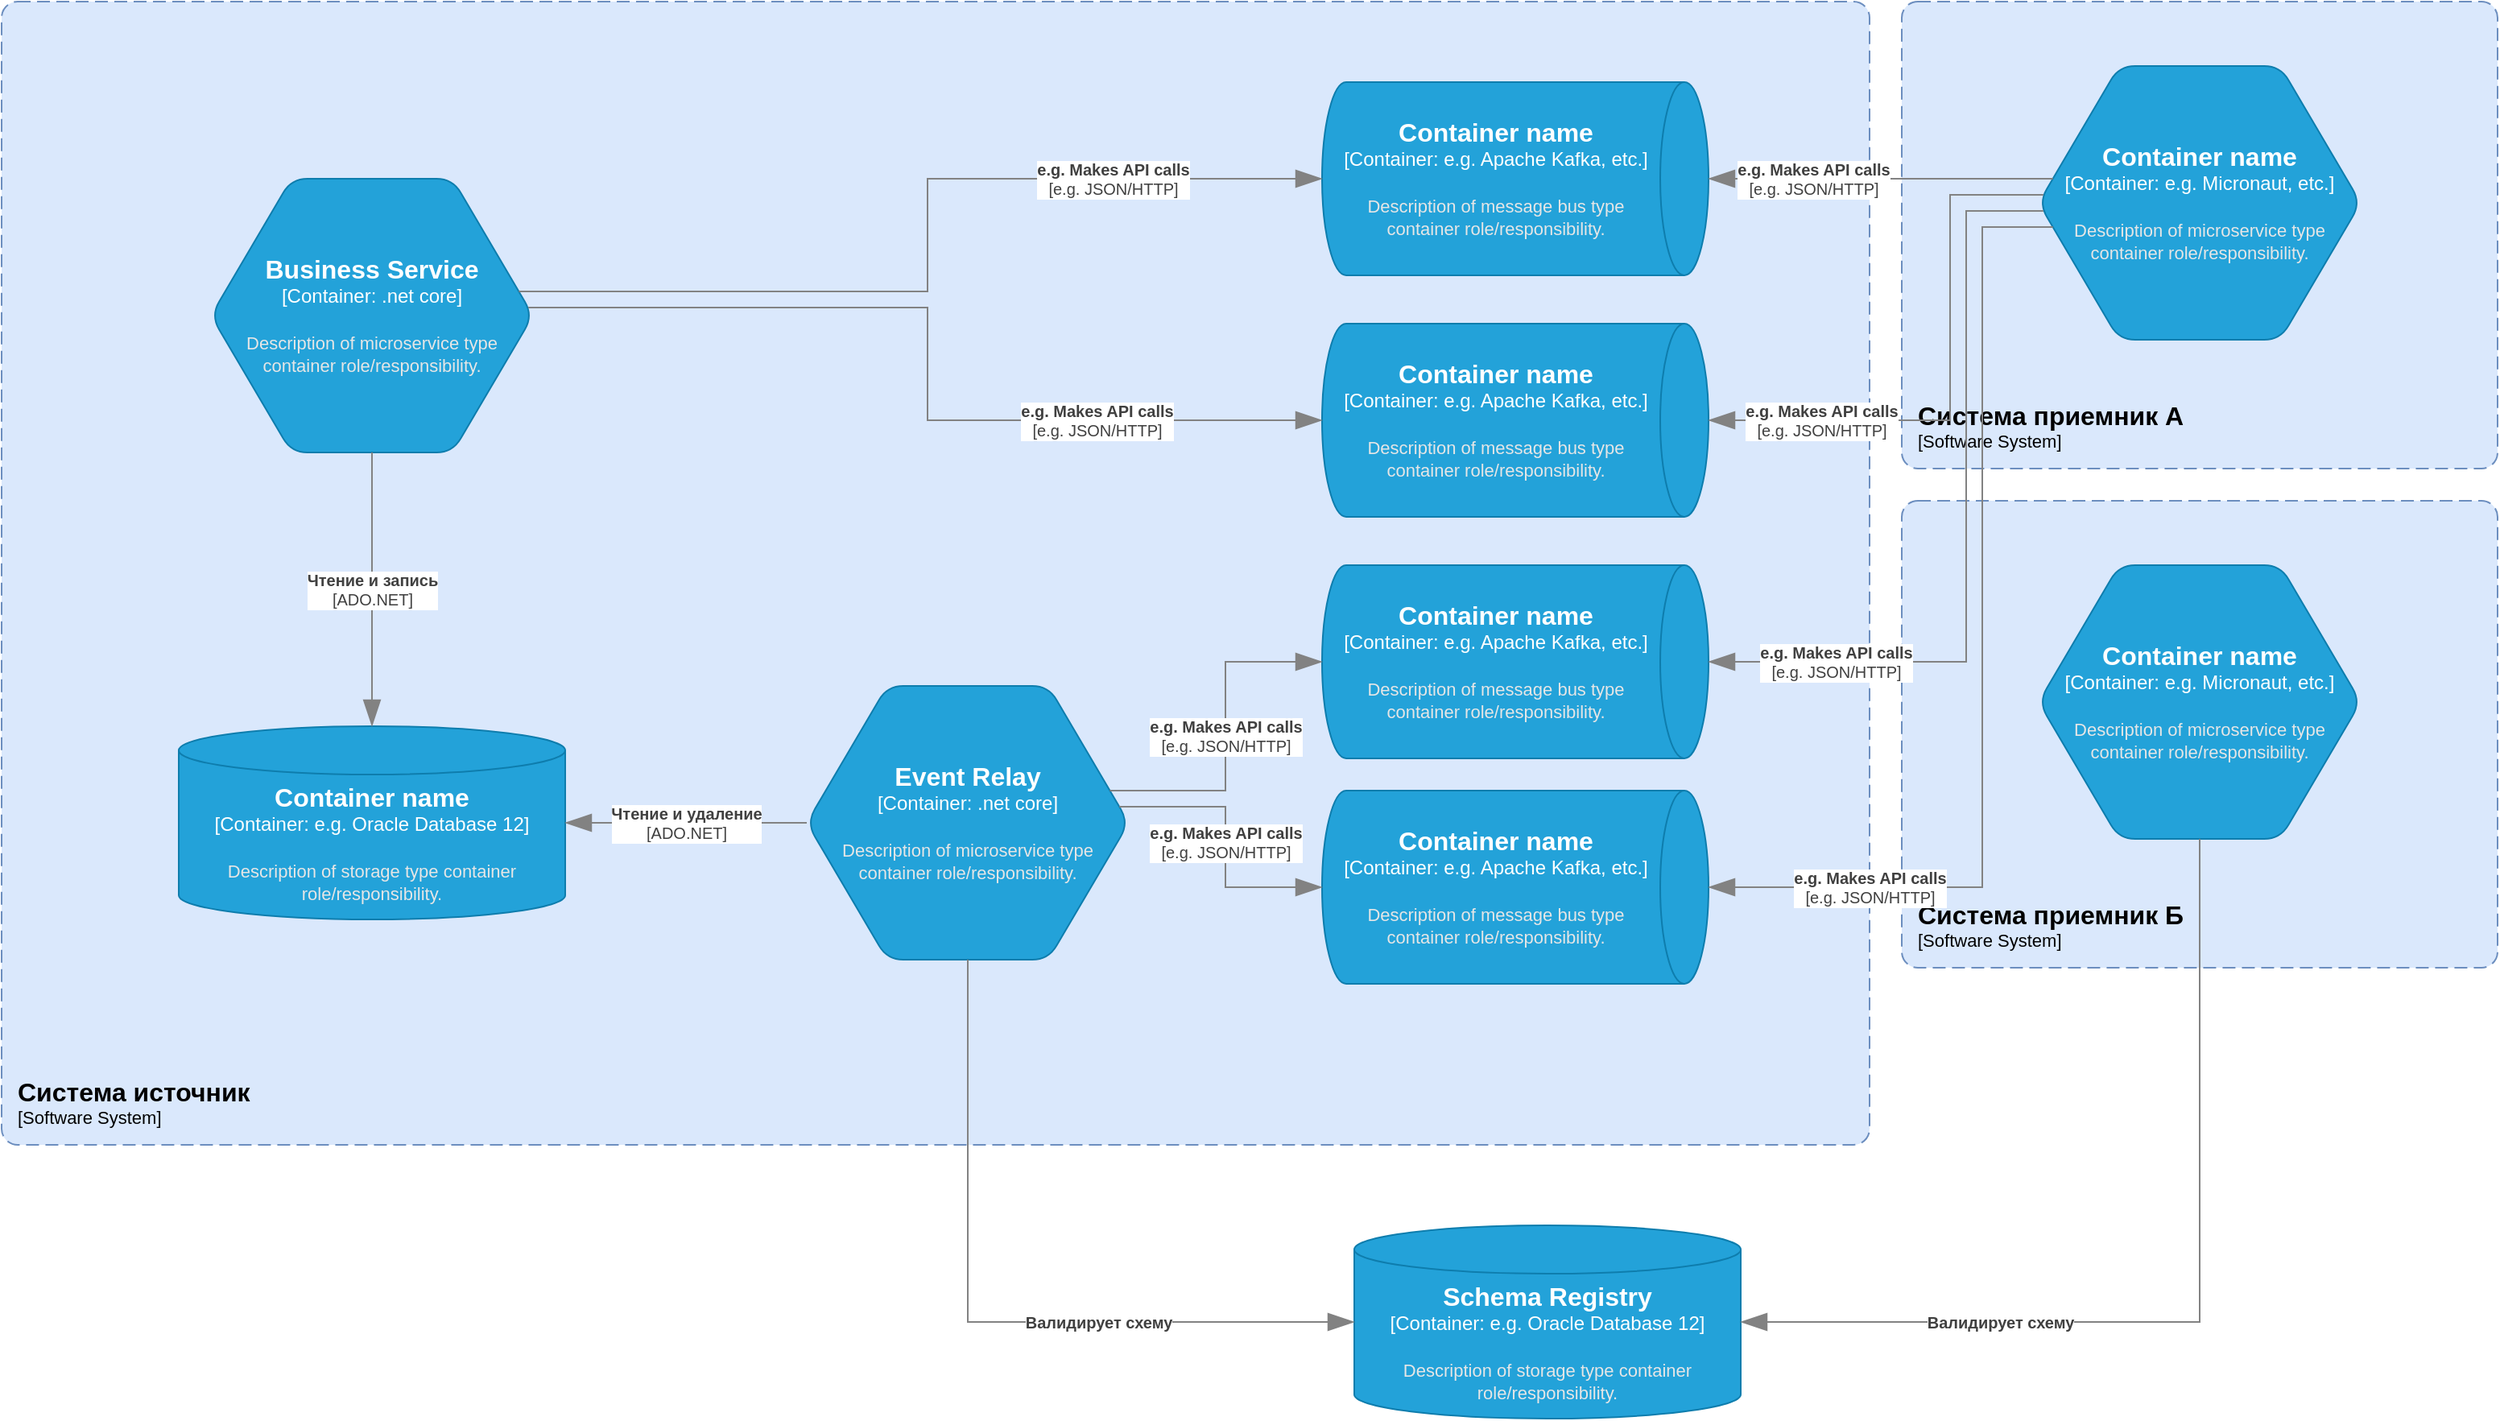
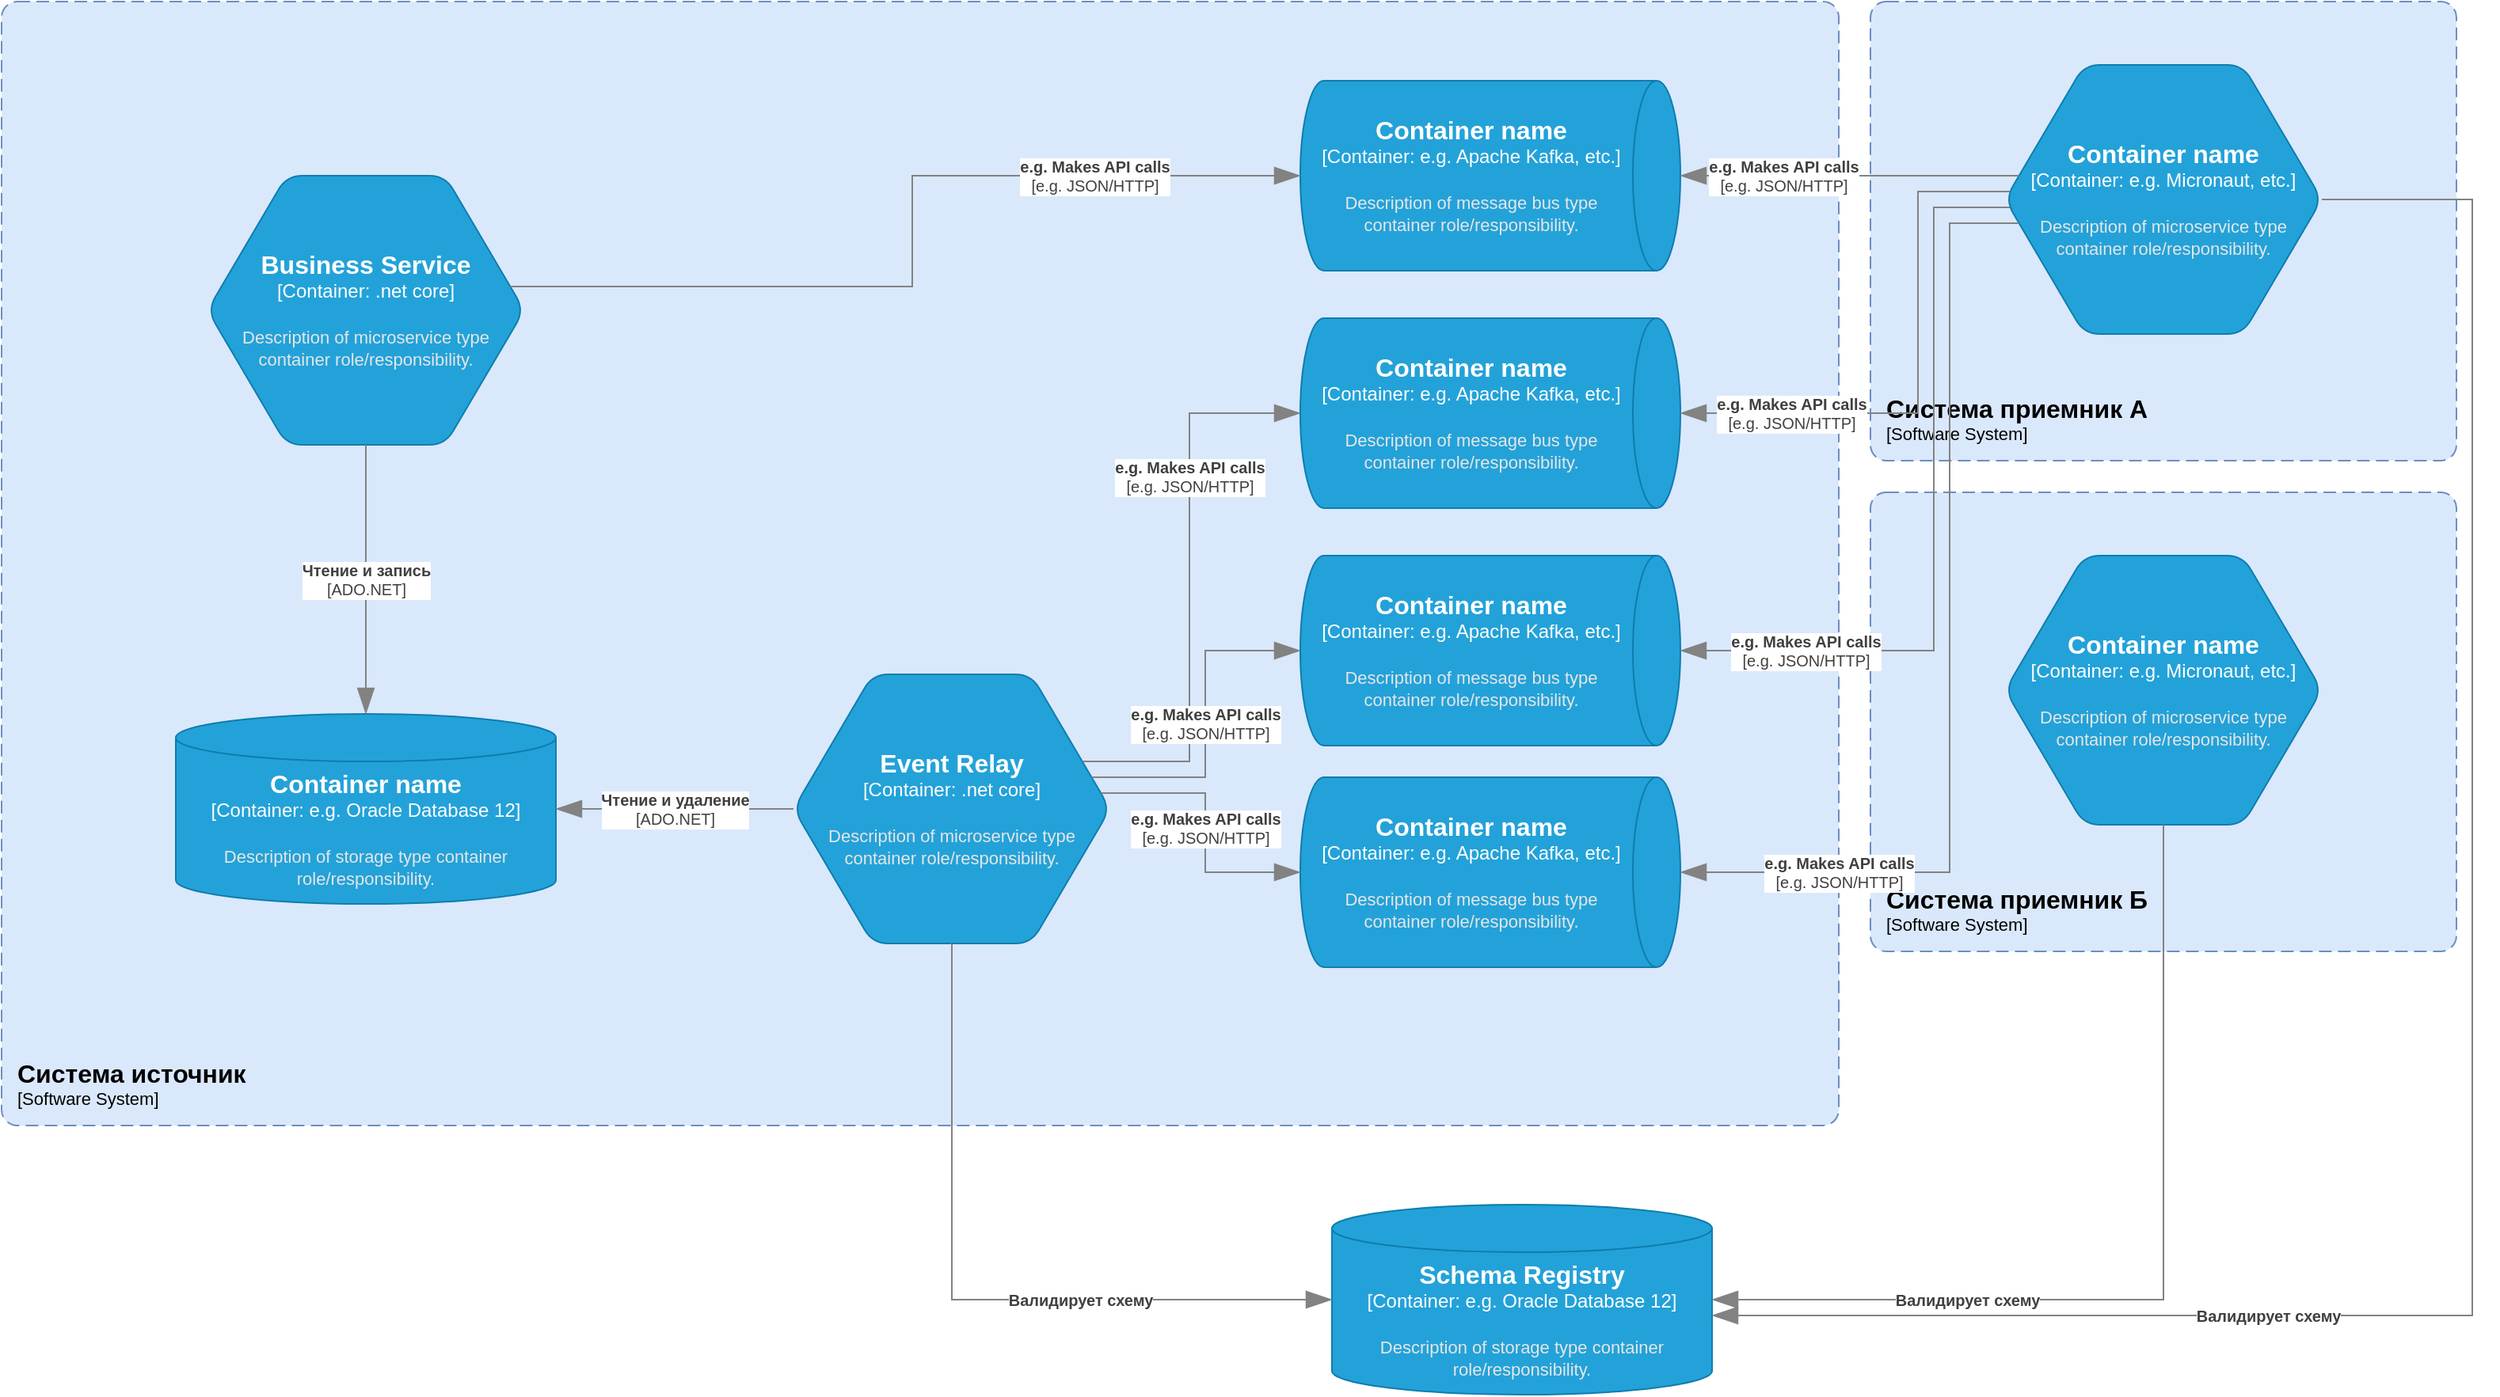
- <mxfile host="app.diagrams.net">
+ <mxfile host="drawio-plugin" modified="2026-06-17T07:52:57.661Z" agent="Mozilla/5.0 (Windows NT 10.0; Win64; x64) AppleWebKit/537.36 (KHTML, like Gecko) Chrome/137.0.0.0 Safari/537.36" version="22.1.22" etag="LOKLvIzTZq5ouqWzAuc7" type="embed">
  <diagram name="Страница-1" id="lXtXtqfXNMQhmI7gO4W3">
-     <mxGraphModel dx="3535" dy="2063" grid="1" gridSize="10" guides="1" tooltips="1" connect="1" arrows="1" fold="1" page="1" pageScale="1" pageWidth="827" pageHeight="1169" math="0" shadow="0">
+     <mxGraphModel dx="1491" dy="1295" grid="1" gridSize="10" guides="1" tooltips="1" connect="1" arrows="1" fold="1" page="1" pageScale="1" pageWidth="827" pageHeight="1169" math="0" shadow="0">
      <root>
        <mxCell id="0" />
        <mxCell id="1" parent="0" />
        <object placeholders="1" c4Name="Система источник" c4Type="SystemScopeBoundary" c4Application="Software System" label="&lt;font style=&quot;font-size: 16px&quot;&gt;&lt;b&gt;&lt;div style=&quot;text-align: left&quot;&gt;%c4Name%&lt;/div&gt;&lt;/b&gt;&lt;/font&gt;&lt;div style=&quot;text-align: left&quot;&gt;[%c4Application%]&lt;/div&gt;" id="YUBG_ScQKk8kKRWVHSfA-1">
-           <mxCell parent="1" style="rounded=1;fontSize=11;whiteSpace=wrap;html=1;dashed=1;arcSize=20;fillColor=#dae8fc;strokeColor=#6c8ebf;labelBackgroundColor=none;align=left;verticalAlign=bottom;labelBorderColor=none;spacingTop=0;spacing=10;dashPattern=8 4;metaEdit=1;rotatable=0;perimeter=rectanglePerimeter;noLabel=0;labelPadding=0;allowArrows=0;connectable=0;expand=0;recursiveResize=0;editable=1;pointerEvents=0;absoluteArcSize=1;points=[[0.25,0,0],[0.5,0,0],[0.75,0,0],[1,0.25,0],[1,0.5,0],[1,0.75,0],[0.75,1,0],[0.5,1,0],[0.25,1,0],[0,0.75,0],[0,0.5,0],[0,0.25,0]];" vertex="1">
-             <mxGeometry height="710" width="1160" x="60" y="50" as="geometry" />
+           <mxCell style="rounded=1;fontSize=11;whiteSpace=wrap;html=1;dashed=1;arcSize=20;fillColor=#dae8fc;strokeColor=#6c8ebf;labelBackgroundColor=none;align=left;verticalAlign=bottom;labelBorderColor=none;spacingTop=0;spacing=10;dashPattern=8 4;metaEdit=1;rotatable=0;perimeter=rectanglePerimeter;noLabel=0;labelPadding=0;allowArrows=0;connectable=0;expand=0;recursiveResize=0;editable=1;pointerEvents=0;absoluteArcSize=1;points=[[0.25,0,0],[0.5,0,0],[0.75,0,0],[1,0.25,0],[1,0.5,0],[1,0.75,0],[0.75,1,0],[0.5,1,0],[0.25,1,0],[0,0.75,0],[0,0.5,0],[0,0.25,0]];" parent="1" vertex="1">
+             <mxGeometry x="60" y="50" width="1160" height="710" as="geometry" />
          </mxCell>
        </object>
        <object placeholders="1" c4Name="Система приемник А" c4Type="SystemScopeBoundary" c4Application="Software System" label="&lt;font style=&quot;font-size: 16px&quot;&gt;&lt;b&gt;&lt;div style=&quot;text-align: left&quot;&gt;%c4Name%&lt;/div&gt;&lt;/b&gt;&lt;/font&gt;&lt;div style=&quot;text-align: left&quot;&gt;[%c4Application%]&lt;/div&gt;" id="YUBG_ScQKk8kKRWVHSfA-2">
-           <mxCell parent="1" style="rounded=1;fontSize=11;whiteSpace=wrap;html=1;dashed=1;arcSize=20;fillColor=#dae8fc;strokeColor=#6c8ebf;labelBackgroundColor=none;align=left;verticalAlign=bottom;labelBorderColor=none;spacingTop=0;spacing=10;dashPattern=8 4;metaEdit=1;rotatable=0;perimeter=rectanglePerimeter;noLabel=0;labelPadding=0;allowArrows=0;connectable=0;expand=0;recursiveResize=0;editable=1;pointerEvents=0;absoluteArcSize=1;points=[[0.25,0,0],[0.5,0,0],[0.75,0,0],[1,0.25,0],[1,0.5,0],[1,0.75,0],[0.75,1,0],[0.5,1,0],[0.25,1,0],[0,0.75,0],[0,0.5,0],[0,0.25,0]];" vertex="1">
-             <mxGeometry height="290" width="370" x="1240" y="50" as="geometry" />
+           <mxCell style="rounded=1;fontSize=11;whiteSpace=wrap;html=1;dashed=1;arcSize=20;fillColor=#dae8fc;strokeColor=#6c8ebf;labelBackgroundColor=none;align=left;verticalAlign=bottom;labelBorderColor=none;spacingTop=0;spacing=10;dashPattern=8 4;metaEdit=1;rotatable=0;perimeter=rectanglePerimeter;noLabel=0;labelPadding=0;allowArrows=0;connectable=0;expand=0;recursiveResize=0;editable=1;pointerEvents=0;absoluteArcSize=1;points=[[0.25,0,0],[0.5,0,0],[0.75,0,0],[1,0.25,0],[1,0.5,0],[1,0.75,0],[0.75,1,0],[0.5,1,0],[0.25,1,0],[0,0.75,0],[0,0.5,0],[0,0.25,0]];" parent="1" vertex="1">
+             <mxGeometry x="1240" y="50" width="370" height="290" as="geometry" />
          </mxCell>
        </object>
        <object placeholders="1" c4Name="Business Service" c4Type="Container" c4Technology=".net core" c4Description="Description of microservice type container role/responsibility." label="&lt;font style=&quot;font-size: 16px&quot;&gt;&lt;b&gt;%c4Name%&lt;/b&gt;&lt;/font&gt;&lt;div&gt;[%c4Type%:&amp;nbsp;%c4Technology%]&lt;/div&gt;&lt;br&gt;&lt;div&gt;&lt;font style=&quot;font-size: 11px&quot;&gt;&lt;font color=&quot;#E6E6E6&quot;&gt;%c4Description%&lt;/font&gt;&lt;/div&gt;" id="YUBG_ScQKk8kKRWVHSfA-3">
-           <mxCell parent="1" style="shape=hexagon;size=50;perimeter=hexagonPerimeter2;whiteSpace=wrap;html=1;fixedSize=1;rounded=1;labelBackgroundColor=none;fillColor=#23A2D9;fontSize=12;fontColor=#ffffff;align=center;strokeColor=#0E7DAD;metaEdit=1;points=[[0.5,0,0],[1,0.25,0],[1,0.5,0],[1,0.75,0],[0.5,1,0],[0,0.75,0],[0,0.5,0],[0,0.25,0]];resizable=0;" vertex="1">
-             <mxGeometry height="170" width="200" x="190" y="160" as="geometry" />
+           <mxCell style="shape=hexagon;size=50;perimeter=hexagonPerimeter2;whiteSpace=wrap;html=1;fixedSize=1;rounded=1;labelBackgroundColor=none;fillColor=#23A2D9;fontSize=12;fontColor=#ffffff;align=center;strokeColor=#0E7DAD;metaEdit=1;points=[[0.5,0,0],[1,0.25,0],[1,0.5,0],[1,0.75,0],[0.5,1,0],[0,0.75,0],[0,0.5,0],[0,0.25,0]];resizable=0;" parent="1" vertex="1">
+             <mxGeometry x="190" y="160" width="200" height="170" as="geometry" />
          </mxCell>
        </object>
        <object placeholders="1" c4Name="Container name" c4Type="Container" c4Technology="e.g. Oracle Database 12" c4Description="Description of storage type container role/responsibility." label="&lt;font style=&quot;font-size: 16px&quot;&gt;&lt;b&gt;%c4Name%&lt;/b&gt;&lt;/font&gt;&lt;div&gt;[%c4Type%:&amp;nbsp;%c4Technology%]&lt;/div&gt;&lt;br&gt;&lt;div&gt;&lt;font style=&quot;font-size: 11px&quot;&gt;&lt;font color=&quot;#E6E6E6&quot;&gt;%c4Description%&lt;/font&gt;&lt;/div&gt;" id="YUBG_ScQKk8kKRWVHSfA-4">
-           <mxCell parent="1" style="shape=cylinder3;size=15;whiteSpace=wrap;html=1;boundedLbl=1;rounded=0;labelBackgroundColor=none;fillColor=#23A2D9;fontSize=12;fontColor=#ffffff;align=center;strokeColor=#0E7DAD;metaEdit=1;points=[[0.5,0,0],[1,0.25,0],[1,0.5,0],[1,0.75,0],[0.5,1,0],[0,0.75,0],[0,0.5,0],[0,0.25,0]];resizable=0;" vertex="1">
-             <mxGeometry height="120" width="240" x="170" y="500" as="geometry" />
+           <mxCell style="shape=cylinder3;size=15;whiteSpace=wrap;html=1;boundedLbl=1;rounded=0;labelBackgroundColor=none;fillColor=#23A2D9;fontSize=12;fontColor=#ffffff;align=center;strokeColor=#0E7DAD;metaEdit=1;points=[[0.5,0,0],[1,0.25,0],[1,0.5,0],[1,0.75,0],[0.5,1,0],[0,0.75,0],[0,0.5,0],[0,0.25,0]];resizable=0;" parent="1" vertex="1">
+             <mxGeometry x="170" y="500" width="240" height="120" as="geometry" />
          </mxCell>
        </object>
        <object placeholders="1" c4Type="Relationship" c4Technology="ADO.NET" c4Description="Чтение и запись" label="&lt;div style=&quot;text-align: left&quot;&gt;&lt;div style=&quot;text-align: center&quot;&gt;&lt;b&gt;%c4Description%&lt;/b&gt;&lt;/div&gt;&lt;div style=&quot;text-align: center&quot;&gt;[%c4Technology%]&lt;/div&gt;&lt;/div&gt;" id="YUBG_ScQKk8kKRWVHSfA-5">
-           <mxCell edge="1" parent="1" source="YUBG_ScQKk8kKRWVHSfA-3" style="endArrow=blockThin;html=1;fontSize=10;fontColor=#404040;strokeWidth=1;endFill=1;strokeColor=#828282;elbow=vertical;metaEdit=1;endSize=14;startSize=14;jumpStyle=arc;jumpSize=16;rounded=0;edgeStyle=orthogonalEdgeStyle;" target="YUBG_ScQKk8kKRWVHSfA-4">
-             <mxGeometry relative="1" width="240" as="geometry">
+           <mxCell style="endArrow=blockThin;html=1;fontSize=10;fontColor=#404040;strokeWidth=1;endFill=1;strokeColor=#828282;elbow=vertical;metaEdit=1;endSize=14;startSize=14;jumpStyle=arc;jumpSize=16;rounded=0;edgeStyle=orthogonalEdgeStyle;" parent="1" source="YUBG_ScQKk8kKRWVHSfA-3" target="YUBG_ScQKk8kKRWVHSfA-4" edge="1">
+             <mxGeometry width="240" relative="1" as="geometry">
              <mxPoint x="700" y="370" as="sourcePoint" />
              <mxPoint x="940" y="370" as="targetPoint" />
            </mxGeometry>
          </mxCell>
        </object>
        <object placeholders="1" c4Name="Event Relay" c4Type="Container" c4Technology=".net core" c4Description="Description of microservice type container role/responsibility." label="&lt;font style=&quot;font-size: 16px&quot;&gt;&lt;b&gt;%c4Name%&lt;/b&gt;&lt;/font&gt;&lt;div&gt;[%c4Type%:&amp;nbsp;%c4Technology%]&lt;/div&gt;&lt;br&gt;&lt;div&gt;&lt;font style=&quot;font-size: 11px&quot;&gt;&lt;font color=&quot;#E6E6E6&quot;&gt;%c4Description%&lt;/font&gt;&lt;/div&gt;" id="YUBG_ScQKk8kKRWVHSfA-6">
-           <mxCell parent="1" style="shape=hexagon;size=50;perimeter=hexagonPerimeter2;whiteSpace=wrap;html=1;fixedSize=1;rounded=1;labelBackgroundColor=none;fillColor=#23A2D9;fontSize=12;fontColor=#ffffff;align=center;strokeColor=#0E7DAD;metaEdit=1;points=[[0.5,0,0],[1,0.25,0],[1,0.5,0],[1,0.75,0],[0.5,1,0],[0,0.75,0],[0,0.5,0],[0,0.25,0]];resizable=0;" vertex="1">
-             <mxGeometry height="170" width="200" x="560" y="475" as="geometry" />
+           <mxCell style="shape=hexagon;size=50;perimeter=hexagonPerimeter2;whiteSpace=wrap;html=1;fixedSize=1;rounded=1;labelBackgroundColor=none;fillColor=#23A2D9;fontSize=12;fontColor=#ffffff;align=center;strokeColor=#0E7DAD;metaEdit=1;points=[[0.5,0,0],[1,0.25,0],[1,0.5,0],[1,0.75,0],[0.5,1,0],[0,0.75,0],[0,0.5,0],[0,0.25,0]];resizable=0;" parent="1" vertex="1">
+             <mxGeometry x="560" y="475" width="200" height="170" as="geometry" />
          </mxCell>
        </object>
        <object placeholders="1" c4Type="Relationship" c4Technology="ADO.NET" c4Description="Чтение и удаление" label="&lt;div style=&quot;text-align: left&quot;&gt;&lt;div style=&quot;text-align: center&quot;&gt;&lt;b&gt;%c4Description%&lt;/b&gt;&lt;/div&gt;&lt;div style=&quot;text-align: center&quot;&gt;[%c4Technology%]&lt;/div&gt;&lt;/div&gt;" id="YUBG_ScQKk8kKRWVHSfA-7">
-           <mxCell edge="1" parent="1" source="YUBG_ScQKk8kKRWVHSfA-6" style="endArrow=blockThin;html=1;fontSize=10;fontColor=#404040;strokeWidth=1;endFill=1;strokeColor=#828282;elbow=vertical;metaEdit=1;endSize=14;startSize=14;jumpStyle=arc;jumpSize=16;rounded=0;edgeStyle=orthogonalEdgeStyle;" target="YUBG_ScQKk8kKRWVHSfA-4">
-             <mxGeometry relative="1" width="240" as="geometry">
+           <mxCell style="endArrow=blockThin;html=1;fontSize=10;fontColor=#404040;strokeWidth=1;endFill=1;strokeColor=#828282;elbow=vertical;metaEdit=1;endSize=14;startSize=14;jumpStyle=arc;jumpSize=16;rounded=0;edgeStyle=orthogonalEdgeStyle;" parent="1" source="YUBG_ScQKk8kKRWVHSfA-6" target="YUBG_ScQKk8kKRWVHSfA-4" edge="1">
+             <mxGeometry width="240" relative="1" as="geometry">
              <Array as="points">
                <mxPoint x="580" y="580" />
              </Array>
              <mxPoint x="550" y="540" as="sourcePoint" />
              <mxPoint x="550" y="710" as="targetPoint" />
            </mxGeometry>
          </mxCell>
        </object>
        <object placeholders="1" c4Name="Container name" c4Type="Container" c4Technology="e.g. Micronaut, etc." c4Description="Description of microservice type container role/responsibility." label="&lt;font style=&quot;font-size: 16px&quot;&gt;&lt;b&gt;%c4Name%&lt;/b&gt;&lt;/font&gt;&lt;div&gt;[%c4Type%:&amp;nbsp;%c4Technology%]&lt;/div&gt;&lt;br&gt;&lt;div&gt;&lt;font style=&quot;font-size: 11px&quot;&gt;&lt;font color=&quot;#E6E6E6&quot;&gt;%c4Description%&lt;/font&gt;&lt;/div&gt;" id="YUBG_ScQKk8kKRWVHSfA-8">
-           <mxCell parent="1" style="shape=hexagon;size=50;perimeter=hexagonPerimeter2;whiteSpace=wrap;html=1;fixedSize=1;rounded=1;labelBackgroundColor=none;fillColor=#23A2D9;fontSize=12;fontColor=#ffffff;align=center;strokeColor=#0E7DAD;metaEdit=1;points=[[0.5,0,0],[1,0.25,0],[1,0.5,0],[1,0.75,0],[0.5,1,0],[0,0.75,0],[0,0.5,0],[0,0.25,0]];resizable=0;" vertex="1">
-             <mxGeometry height="170" width="200" x="1325" y="90" as="geometry" />
+           <mxCell style="shape=hexagon;size=50;perimeter=hexagonPerimeter2;whiteSpace=wrap;html=1;fixedSize=1;rounded=1;labelBackgroundColor=none;fillColor=#23A2D9;fontSize=12;fontColor=#ffffff;align=center;strokeColor=#0E7DAD;metaEdit=1;points=[[0.5,0,0],[1,0.25,0],[1,0.5,0],[1,0.75,0],[0.5,1,0],[0,0.75,0],[0,0.5,0],[0,0.25,0]];resizable=0;" parent="1" vertex="1">
+             <mxGeometry x="1325" y="90" width="200" height="170" as="geometry" />
          </mxCell>
        </object>
        <object placeholders="1" c4Name="Система приемник Б" c4Type="SystemScopeBoundary" c4Application="Software System" label="&lt;font style=&quot;font-size: 16px&quot;&gt;&lt;b&gt;&lt;div style=&quot;text-align: left&quot;&gt;%c4Name%&lt;/div&gt;&lt;/b&gt;&lt;/font&gt;&lt;div style=&quot;text-align: left&quot;&gt;[%c4Application%]&lt;/div&gt;" id="YUBG_ScQKk8kKRWVHSfA-9">
-           <mxCell parent="1" style="rounded=1;fontSize=11;whiteSpace=wrap;html=1;dashed=1;arcSize=20;fillColor=#dae8fc;strokeColor=#6c8ebf;labelBackgroundColor=none;align=left;verticalAlign=bottom;labelBorderColor=none;spacingTop=0;spacing=10;dashPattern=8 4;metaEdit=1;rotatable=0;perimeter=rectanglePerimeter;noLabel=0;labelPadding=0;allowArrows=0;connectable=0;expand=0;recursiveResize=0;editable=1;pointerEvents=0;absoluteArcSize=1;points=[[0.25,0,0],[0.5,0,0],[0.75,0,0],[1,0.25,0],[1,0.5,0],[1,0.75,0],[0.75,1,0],[0.5,1,0],[0.25,1,0],[0,0.75,0],[0,0.5,0],[0,0.25,0]];" vertex="1">
-             <mxGeometry height="290" width="370" x="1240" y="360" as="geometry" />
+           <mxCell style="rounded=1;fontSize=11;whiteSpace=wrap;html=1;dashed=1;arcSize=20;fillColor=#dae8fc;strokeColor=#6c8ebf;labelBackgroundColor=none;align=left;verticalAlign=bottom;labelBorderColor=none;spacingTop=0;spacing=10;dashPattern=8 4;metaEdit=1;rotatable=0;perimeter=rectanglePerimeter;noLabel=0;labelPadding=0;allowArrows=0;connectable=0;expand=0;recursiveResize=0;editable=1;pointerEvents=0;absoluteArcSize=1;points=[[0.25,0,0],[0.5,0,0],[0.75,0,0],[1,0.25,0],[1,0.5,0],[1,0.75,0],[0.75,1,0],[0.5,1,0],[0.25,1,0],[0,0.75,0],[0,0.5,0],[0,0.25,0]];" parent="1" vertex="1">
+             <mxGeometry x="1240" y="360" width="370" height="290" as="geometry" />
          </mxCell>
        </object>
        <object placeholders="1" c4Name="Container name" c4Type="Container" c4Technology="e.g. Micronaut, etc." c4Description="Description of microservice type container role/responsibility." label="&lt;font style=&quot;font-size: 16px&quot;&gt;&lt;b&gt;%c4Name%&lt;/b&gt;&lt;/font&gt;&lt;div&gt;[%c4Type%:&amp;nbsp;%c4Technology%]&lt;/div&gt;&lt;br&gt;&lt;div&gt;&lt;font style=&quot;font-size: 11px&quot;&gt;&lt;font color=&quot;#E6E6E6&quot;&gt;%c4Description%&lt;/font&gt;&lt;/div&gt;" id="YUBG_ScQKk8kKRWVHSfA-10">
-           <mxCell parent="1" style="shape=hexagon;size=50;perimeter=hexagonPerimeter2;whiteSpace=wrap;html=1;fixedSize=1;rounded=1;labelBackgroundColor=none;fillColor=#23A2D9;fontSize=12;fontColor=#ffffff;align=center;strokeColor=#0E7DAD;metaEdit=1;points=[[0.5,0,0],[1,0.25,0],[1,0.5,0],[1,0.75,0],[0.5,1,0],[0,0.75,0],[0,0.5,0],[0,0.25,0]];resizable=0;" vertex="1">
-             <mxGeometry height="170" width="200" x="1325" y="400" as="geometry" />
+           <mxCell style="shape=hexagon;size=50;perimeter=hexagonPerimeter2;whiteSpace=wrap;html=1;fixedSize=1;rounded=1;labelBackgroundColor=none;fillColor=#23A2D9;fontSize=12;fontColor=#ffffff;align=center;strokeColor=#0E7DAD;metaEdit=1;points=[[0.5,0,0],[1,0.25,0],[1,0.5,0],[1,0.75,0],[0.5,1,0],[0,0.75,0],[0,0.5,0],[0,0.25,0]];resizable=0;" parent="1" vertex="1">
+             <mxGeometry x="1325" y="400" width="200" height="170" as="geometry" />
          </mxCell>
        </object>
        <object placeholders="1" c4Name="Container name" c4Type="Container" c4Technology="e.g. Apache Kafka, etc." c4Description="Description of message bus type container role/responsibility." label="&lt;font style=&quot;font-size: 16px&quot;&gt;&lt;b&gt;%c4Name%&lt;/b&gt;&lt;/font&gt;&lt;div&gt;[%c4Type%:&amp;nbsp;%c4Technology%]&lt;/div&gt;&lt;br&gt;&lt;div&gt;&lt;font style=&quot;font-size: 11px&quot;&gt;&lt;font color=&quot;#E6E6E6&quot;&gt;%c4Description%&lt;/font&gt;&lt;/div&gt;" id="YUBG_ScQKk8kKRWVHSfA-11">
-           <mxCell parent="1" style="shape=cylinder3;size=15;direction=south;whiteSpace=wrap;html=1;boundedLbl=1;rounded=0;labelBackgroundColor=none;fillColor=#23A2D9;fontSize=12;fontColor=#ffffff;align=center;strokeColor=#0E7DAD;metaEdit=1;points=[[0.5,0,0],[1,0.25,0],[1,0.5,0],[1,0.75,0],[0.5,1,0],[0,0.75,0],[0,0.5,0],[0,0.25,0]];resizable=0;" vertex="1">
-             <mxGeometry height="120" width="240" x="880" y="100" as="geometry" />
+           <mxCell style="shape=cylinder3;size=15;direction=south;whiteSpace=wrap;html=1;boundedLbl=1;rounded=0;labelBackgroundColor=none;fillColor=#23A2D9;fontSize=12;fontColor=#ffffff;align=center;strokeColor=#0E7DAD;metaEdit=1;points=[[0.5,0,0],[1,0.25,0],[1,0.5,0],[1,0.75,0],[0.5,1,0],[0,0.75,0],[0,0.5,0],[0,0.25,0]];resizable=0;" parent="1" vertex="1">
+             <mxGeometry x="880" y="100" width="240" height="120" as="geometry" />
          </mxCell>
        </object>
        <object placeholders="1" c4Name="Container name" c4Type="Container" c4Technology="e.g. Apache Kafka, etc." c4Description="Description of message bus type container role/responsibility." label="&lt;font style=&quot;font-size: 16px&quot;&gt;&lt;b&gt;%c4Name%&lt;/b&gt;&lt;/font&gt;&lt;div&gt;[%c4Type%:&amp;nbsp;%c4Technology%]&lt;/div&gt;&lt;br&gt;&lt;div&gt;&lt;font style=&quot;font-size: 11px&quot;&gt;&lt;font color=&quot;#E6E6E6&quot;&gt;%c4Description%&lt;/font&gt;&lt;/div&gt;" id="YUBG_ScQKk8kKRWVHSfA-12">
-           <mxCell parent="1" style="shape=cylinder3;size=15;direction=south;whiteSpace=wrap;html=1;boundedLbl=1;rounded=0;labelBackgroundColor=none;fillColor=#23A2D9;fontSize=12;fontColor=#ffffff;align=center;strokeColor=#0E7DAD;metaEdit=1;points=[[0.5,0,0],[1,0.25,0],[1,0.5,0],[1,0.75,0],[0.5,1,0],[0,0.75,0],[0,0.5,0],[0,0.25,0]];resizable=0;" vertex="1">
-             <mxGeometry height="120" width="240" x="880" y="250" as="geometry" />
+           <mxCell style="shape=cylinder3;size=15;direction=south;whiteSpace=wrap;html=1;boundedLbl=1;rounded=0;labelBackgroundColor=none;fillColor=#23A2D9;fontSize=12;fontColor=#ffffff;align=center;strokeColor=#0E7DAD;metaEdit=1;points=[[0.5,0,0],[1,0.25,0],[1,0.5,0],[1,0.75,0],[0.5,1,0],[0,0.75,0],[0,0.5,0],[0,0.25,0]];resizable=0;" parent="1" vertex="1">
+             <mxGeometry x="880" y="250" width="240" height="120" as="geometry" />
          </mxCell>
        </object>
        <object placeholders="1" c4Name="Container name" c4Type="Container" c4Technology="e.g. Apache Kafka, etc." c4Description="Description of message bus type container role/responsibility." label="&lt;font style=&quot;font-size: 16px&quot;&gt;&lt;b&gt;%c4Name%&lt;/b&gt;&lt;/font&gt;&lt;div&gt;[%c4Type%:&amp;nbsp;%c4Technology%]&lt;/div&gt;&lt;br&gt;&lt;div&gt;&lt;font style=&quot;font-size: 11px&quot;&gt;&lt;font color=&quot;#E6E6E6&quot;&gt;%c4Description%&lt;/font&gt;&lt;/div&gt;" id="YUBG_ScQKk8kKRWVHSfA-13">
-           <mxCell parent="1" style="shape=cylinder3;size=15;direction=south;whiteSpace=wrap;html=1;boundedLbl=1;rounded=0;labelBackgroundColor=none;fillColor=#23A2D9;fontSize=12;fontColor=#ffffff;align=center;strokeColor=#0E7DAD;metaEdit=1;points=[[0.5,0,0],[1,0.25,0],[1,0.5,0],[1,0.75,0],[0.5,1,0],[0,0.75,0],[0,0.5,0],[0,0.25,0]];resizable=0;" vertex="1">
-             <mxGeometry height="120" width="240" x="880" y="400" as="geometry" />
+           <mxCell style="shape=cylinder3;size=15;direction=south;whiteSpace=wrap;html=1;boundedLbl=1;rounded=0;labelBackgroundColor=none;fillColor=#23A2D9;fontSize=12;fontColor=#ffffff;align=center;strokeColor=#0E7DAD;metaEdit=1;points=[[0.5,0,0],[1,0.25,0],[1,0.5,0],[1,0.75,0],[0.5,1,0],[0,0.75,0],[0,0.5,0],[0,0.25,0]];resizable=0;" parent="1" vertex="1">
+             <mxGeometry x="880" y="400" width="240" height="120" as="geometry" />
          </mxCell>
        </object>
        <object placeholders="1" c4Name="Container name" c4Type="Container" c4Technology="e.g. Apache Kafka, etc." c4Description="Description of message bus type container role/responsibility." label="&lt;font style=&quot;font-size: 16px&quot;&gt;&lt;b&gt;%c4Name%&lt;/b&gt;&lt;/font&gt;&lt;div&gt;[%c4Type%:&amp;nbsp;%c4Technology%]&lt;/div&gt;&lt;br&gt;&lt;div&gt;&lt;font style=&quot;font-size: 11px&quot;&gt;&lt;font color=&quot;#E6E6E6&quot;&gt;%c4Description%&lt;/font&gt;&lt;/div&gt;" id="YUBG_ScQKk8kKRWVHSfA-14">
-           <mxCell parent="1" style="shape=cylinder3;size=15;direction=south;whiteSpace=wrap;html=1;boundedLbl=1;rounded=0;labelBackgroundColor=none;fillColor=#23A2D9;fontSize=12;fontColor=#ffffff;align=center;strokeColor=#0E7DAD;metaEdit=1;points=[[0.5,0,0],[1,0.25,0],[1,0.5,0],[1,0.75,0],[0.5,1,0],[0,0.75,0],[0,0.5,0],[0,0.25,0]];resizable=0;" vertex="1">
-             <mxGeometry height="120" width="240" x="880" y="540" as="geometry" />
+           <mxCell style="shape=cylinder3;size=15;direction=south;whiteSpace=wrap;html=1;boundedLbl=1;rounded=0;labelBackgroundColor=none;fillColor=#23A2D9;fontSize=12;fontColor=#ffffff;align=center;strokeColor=#0E7DAD;metaEdit=1;points=[[0.5,0,0],[1,0.25,0],[1,0.5,0],[1,0.75,0],[0.5,1,0],[0,0.75,0],[0,0.5,0],[0,0.25,0]];resizable=0;" parent="1" vertex="1">
+             <mxGeometry x="880" y="540" width="240" height="120" as="geometry" />
          </mxCell>
        </object>
        <object placeholders="1" c4Type="Relationship" c4Technology="e.g. JSON/HTTP" c4Description="e.g. Makes API calls" label="&lt;div style=&quot;text-align: left&quot;&gt;&lt;div style=&quot;text-align: center&quot;&gt;&lt;b&gt;%c4Description%&lt;/b&gt;&lt;/div&gt;&lt;div style=&quot;text-align: center&quot;&gt;[%c4Technology%]&lt;/div&gt;&lt;/div&gt;" id="YUBG_ScQKk8kKRWVHSfA-15">
-           <mxCell edge="1" parent="1" source="YUBG_ScQKk8kKRWVHSfA-3" style="endArrow=blockThin;html=1;fontSize=10;fontColor=#404040;strokeWidth=1;endFill=1;strokeColor=#828282;elbow=vertical;metaEdit=1;endSize=14;startSize=14;jumpStyle=arc;jumpSize=16;rounded=0;edgeStyle=orthogonalEdgeStyle;" target="YUBG_ScQKk8kKRWVHSfA-11">
-             <mxGeometry relative="1" width="240" x="0.5429" as="geometry">
+           <mxCell style="endArrow=blockThin;html=1;fontSize=10;fontColor=#404040;strokeWidth=1;endFill=1;strokeColor=#828282;elbow=vertical;metaEdit=1;endSize=14;startSize=14;jumpStyle=arc;jumpSize=16;rounded=0;edgeStyle=orthogonalEdgeStyle;" parent="1" source="YUBG_ScQKk8kKRWVHSfA-3" target="YUBG_ScQKk8kKRWVHSfA-11" edge="1">
+             <mxGeometry x="0.5429" width="240" relative="1" as="geometry">
              <mxPoint as="offset" />
              <Array as="points">
                <mxPoint x="635" y="230" />
                <mxPoint x="635" y="160" />
              </Array>
              <mxPoint x="490" y="260" as="sourcePoint" />
              <mxPoint x="730" y="260" as="targetPoint" />
            </mxGeometry>
          </mxCell>
        </object>
        <object placeholders="1" c4Type="Relationship" c4Technology="e.g. JSON/HTTP" c4Description="e.g. Makes API calls" label="&lt;div style=&quot;text-align: left&quot;&gt;&lt;div style=&quot;text-align: center&quot;&gt;&lt;b&gt;%c4Description%&lt;/b&gt;&lt;/div&gt;&lt;div style=&quot;text-align: center&quot;&gt;[%c4Technology%]&lt;/div&gt;&lt;/div&gt;" id="YUBG_ScQKk8kKRWVHSfA-16">
-           <mxCell edge="1" parent="1" source="YUBG_ScQKk8kKRWVHSfA-3" style="endArrow=blockThin;html=1;fontSize=10;fontColor=#404040;strokeWidth=1;endFill=1;strokeColor=#828282;elbow=vertical;metaEdit=1;endSize=14;startSize=14;jumpStyle=arc;jumpSize=16;rounded=0;edgeStyle=orthogonalEdgeStyle;" target="YUBG_ScQKk8kKRWVHSfA-12">
-             <mxGeometry relative="1" width="240" x="0.5026" as="geometry">
-               <mxPoint as="offset" />
-               <Array as="points">
-                 <mxPoint x="635" y="240" />
-                 <mxPoint x="635" y="310" />
+           <mxCell style="endArrow=blockThin;html=1;fontSize=10;fontColor=#404040;strokeWidth=1;endFill=1;strokeColor=#828282;elbow=vertical;metaEdit=1;endSize=14;startSize=14;jumpStyle=arc;jumpSize=16;rounded=0;edgeStyle=orthogonalEdgeStyle;" parent="1" source="YUBG_ScQKk8kKRWVHSfA-6" target="YUBG_ScQKk8kKRWVHSfA-12" edge="1">
+             <mxGeometry x="0.3849" width="240" relative="1" as="geometry">
+               <mxPoint as="offset" />
+               <Array as="points">
+                 <mxPoint x="810" y="530" />
+                 <mxPoint x="810" y="310" />
              </Array>
              <mxPoint x="690" y="385" as="sourcePoint" />
              <mxPoint x="1180" y="300" as="targetPoint" />
            </mxGeometry>
          </mxCell>
        </object>
        <object placeholders="1" c4Type="Relationship" c4Technology="e.g. JSON/HTTP" c4Description="e.g. Makes API calls" label="&lt;div style=&quot;text-align: left&quot;&gt;&lt;div style=&quot;text-align: center&quot;&gt;&lt;b&gt;%c4Description%&lt;/b&gt;&lt;/div&gt;&lt;div style=&quot;text-align: center&quot;&gt;[%c4Technology%]&lt;/div&gt;&lt;/div&gt;" id="YUBG_ScQKk8kKRWVHSfA-17">
-           <mxCell edge="1" parent="1" source="YUBG_ScQKk8kKRWVHSfA-6" style="endArrow=blockThin;html=1;fontSize=10;fontColor=#404040;strokeWidth=1;endFill=1;strokeColor=#828282;elbow=vertical;metaEdit=1;endSize=14;startSize=14;jumpStyle=arc;jumpSize=16;rounded=0;edgeStyle=orthogonalEdgeStyle;" target="YUBG_ScQKk8kKRWVHSfA-13">
-             <mxGeometry relative="1" width="240" as="geometry">
+           <mxCell style="endArrow=blockThin;html=1;fontSize=10;fontColor=#404040;strokeWidth=1;endFill=1;strokeColor=#828282;elbow=vertical;metaEdit=1;endSize=14;startSize=14;jumpStyle=arc;jumpSize=16;rounded=0;edgeStyle=orthogonalEdgeStyle;" parent="1" source="YUBG_ScQKk8kKRWVHSfA-6" target="YUBG_ScQKk8kKRWVHSfA-13" edge="1">
+             <mxGeometry width="240" relative="1" as="geometry">
              <Array as="points">
                <mxPoint x="820" y="540" />
                <mxPoint x="820" y="460" />
              </Array>
              <mxPoint x="930" y="480" as="sourcePoint" />
              <mxPoint x="1423" y="550" as="targetPoint" />
            </mxGeometry>
          </mxCell>
        </object>
        <object placeholders="1" c4Type="Relationship" c4Technology="e.g. JSON/HTTP" c4Description="e.g. Makes API calls" label="&lt;div style=&quot;text-align: left&quot;&gt;&lt;div style=&quot;text-align: center&quot;&gt;&lt;b&gt;%c4Description%&lt;/b&gt;&lt;/div&gt;&lt;div style=&quot;text-align: center&quot;&gt;[%c4Technology%]&lt;/div&gt;&lt;/div&gt;" id="YUBG_ScQKk8kKRWVHSfA-18">
-           <mxCell edge="1" parent="1" source="YUBG_ScQKk8kKRWVHSfA-6" style="endArrow=blockThin;html=1;fontSize=10;fontColor=#404040;strokeWidth=1;endFill=1;strokeColor=#828282;elbow=vertical;metaEdit=1;endSize=14;startSize=14;jumpStyle=arc;jumpSize=16;rounded=0;edgeStyle=orthogonalEdgeStyle;" target="YUBG_ScQKk8kKRWVHSfA-14">
-             <mxGeometry relative="1" width="240" as="geometry">
+           <mxCell style="endArrow=blockThin;html=1;fontSize=10;fontColor=#404040;strokeWidth=1;endFill=1;strokeColor=#828282;elbow=vertical;metaEdit=1;endSize=14;startSize=14;jumpStyle=arc;jumpSize=16;rounded=0;edgeStyle=orthogonalEdgeStyle;" parent="1" source="YUBG_ScQKk8kKRWVHSfA-6" target="YUBG_ScQKk8kKRWVHSfA-14" edge="1">
+             <mxGeometry width="240" relative="1" as="geometry">
              <Array as="points">
                <mxPoint x="820" y="550" />
                <mxPoint x="820" y="600" />
              </Array>
              <mxPoint x="860" y="850" as="sourcePoint" />
              <mxPoint x="980" y="750" as="targetPoint" />
            </mxGeometry>
          </mxCell>
        </object>
        <object placeholders="1" c4Type="Relationship" c4Technology="e.g. JSON/HTTP" c4Description="e.g. Makes API calls" label="&lt;div style=&quot;text-align: left&quot;&gt;&lt;div style=&quot;text-align: center&quot;&gt;&lt;b&gt;%c4Description%&lt;/b&gt;&lt;/div&gt;&lt;div style=&quot;text-align: center&quot;&gt;[%c4Technology%]&lt;/div&gt;&lt;/div&gt;" id="YUBG_ScQKk8kKRWVHSfA-19">
-           <mxCell edge="1" parent="1" source="YUBG_ScQKk8kKRWVHSfA-8" style="endArrow=blockThin;html=1;fontSize=10;fontColor=#404040;strokeWidth=1;endFill=1;strokeColor=#828282;elbow=vertical;metaEdit=1;endSize=14;startSize=14;jumpStyle=arc;jumpSize=16;rounded=0;edgeStyle=orthogonalEdgeStyle;" target="YUBG_ScQKk8kKRWVHSfA-11">
-             <mxGeometry relative="1" width="240" x="0.3956" as="geometry">
+           <mxCell style="endArrow=blockThin;html=1;fontSize=10;fontColor=#404040;strokeWidth=1;endFill=1;strokeColor=#828282;elbow=vertical;metaEdit=1;endSize=14;startSize=14;jumpStyle=arc;jumpSize=16;rounded=0;edgeStyle=orthogonalEdgeStyle;" parent="1" source="YUBG_ScQKk8kKRWVHSfA-8" target="YUBG_ScQKk8kKRWVHSfA-11" edge="1">
+             <mxGeometry x="0.3956" width="240" relative="1" as="geometry">
              <mxPoint as="offset" />
              <Array as="points">
                <mxPoint x="1320" y="160" />
                <mxPoint x="1320" y="160" />
              </Array>
              <mxPoint x="1240" y="420" as="sourcePoint" />
              <mxPoint x="1733" y="490" as="targetPoint" />
            </mxGeometry>
          </mxCell>
        </object>
        <object placeholders="1" c4Type="Relationship" c4Technology="e.g. JSON/HTTP" c4Description="e.g. Makes API calls" label="&lt;div style=&quot;text-align: left&quot;&gt;&lt;div style=&quot;text-align: center&quot;&gt;&lt;b&gt;%c4Description%&lt;/b&gt;&lt;/div&gt;&lt;div style=&quot;text-align: center&quot;&gt;[%c4Technology%]&lt;/div&gt;&lt;/div&gt;" id="YUBG_ScQKk8kKRWVHSfA-20">
-           <mxCell edge="1" parent="1" source="YUBG_ScQKk8kKRWVHSfA-8" style="endArrow=blockThin;html=1;fontSize=10;fontColor=#404040;strokeWidth=1;endFill=1;strokeColor=#828282;elbow=vertical;metaEdit=1;endSize=14;startSize=14;jumpStyle=arc;jumpSize=16;rounded=0;edgeStyle=orthogonalEdgeStyle;" target="YUBG_ScQKk8kKRWVHSfA-12">
-             <mxGeometry relative="1" width="240" x="0.5976" as="geometry">
+           <mxCell style="endArrow=blockThin;html=1;fontSize=10;fontColor=#404040;strokeWidth=1;endFill=1;strokeColor=#828282;elbow=vertical;metaEdit=1;endSize=14;startSize=14;jumpStyle=arc;jumpSize=16;rounded=0;edgeStyle=orthogonalEdgeStyle;" parent="1" source="YUBG_ScQKk8kKRWVHSfA-8" target="YUBG_ScQKk8kKRWVHSfA-12" edge="1">
+             <mxGeometry x="0.5976" width="240" relative="1" as="geometry">
              <mxPoint as="offset" />
              <Array as="points">
                <mxPoint x="1270" y="170" />
                <mxPoint x="1270" y="310" />
              </Array>
              <mxPoint x="1470" y="375" as="sourcePoint" />
              <mxPoint x="1270" y="300" as="targetPoint" />
            </mxGeometry>
          </mxCell>
        </object>
        <object placeholders="1" c4Type="Relationship" c4Technology="e.g. JSON/HTTP" c4Description="e.g. Makes API calls" label="&lt;div style=&quot;text-align: left&quot;&gt;&lt;div style=&quot;text-align: center&quot;&gt;&lt;b&gt;%c4Description%&lt;/b&gt;&lt;/div&gt;&lt;div style=&quot;text-align: center&quot;&gt;[%c4Technology%]&lt;/div&gt;&lt;/div&gt;" id="YUBG_ScQKk8kKRWVHSfA-21">
-           <mxCell edge="1" parent="1" source="YUBG_ScQKk8kKRWVHSfA-8" style="endArrow=blockThin;html=1;fontSize=10;fontColor=#404040;strokeWidth=1;endFill=1;strokeColor=#828282;elbow=vertical;metaEdit=1;endSize=14;startSize=14;jumpStyle=arc;jumpSize=16;rounded=0;edgeStyle=orthogonalEdgeStyle;" target="YUBG_ScQKk8kKRWVHSfA-14">
-             <mxGeometry relative="1" width="240" x="0.6803" as="geometry">
+           <mxCell style="endArrow=blockThin;html=1;fontSize=10;fontColor=#404040;strokeWidth=1;endFill=1;strokeColor=#828282;elbow=vertical;metaEdit=1;endSize=14;startSize=14;jumpStyle=arc;jumpSize=16;rounded=0;edgeStyle=orthogonalEdgeStyle;" parent="1" source="YUBG_ScQKk8kKRWVHSfA-8" target="YUBG_ScQKk8kKRWVHSfA-14" edge="1">
+             <mxGeometry x="0.6803" width="240" relative="1" as="geometry">
              <mxPoint as="offset" />
              <Array as="points">
                <mxPoint x="1290" y="190" />
                <mxPoint x="1290" y="600" />
              </Array>
              <mxPoint x="1580" y="455" as="sourcePoint" />
              <mxPoint x="1380" y="380" as="targetPoint" />
            </mxGeometry>
          </mxCell>
        </object>
        <object placeholders="1" c4Type="Relationship" c4Technology="e.g. JSON/HTTP" c4Description="e.g. Makes API calls" label="&lt;div style=&quot;text-align: left&quot;&gt;&lt;div style=&quot;text-align: center&quot;&gt;&lt;b&gt;%c4Description%&lt;/b&gt;&lt;/div&gt;&lt;div style=&quot;text-align: center&quot;&gt;[%c4Technology%]&lt;/div&gt;&lt;/div&gt;" id="YUBG_ScQKk8kKRWVHSfA-22">
-           <mxCell edge="1" parent="1" source="YUBG_ScQKk8kKRWVHSfA-8" style="endArrow=blockThin;html=1;fontSize=10;fontColor=#404040;strokeWidth=1;endFill=1;strokeColor=#828282;elbow=vertical;metaEdit=1;endSize=14;startSize=14;jumpStyle=arc;jumpSize=16;rounded=0;edgeStyle=orthogonalEdgeStyle;" target="YUBG_ScQKk8kKRWVHSfA-13">
-             <mxGeometry relative="1" width="240" x="0.6766" as="geometry">
+           <mxCell style="endArrow=blockThin;html=1;fontSize=10;fontColor=#404040;strokeWidth=1;endFill=1;strokeColor=#828282;elbow=vertical;metaEdit=1;endSize=14;startSize=14;jumpStyle=arc;jumpSize=16;rounded=0;edgeStyle=orthogonalEdgeStyle;" parent="1" source="YUBG_ScQKk8kKRWVHSfA-8" target="YUBG_ScQKk8kKRWVHSfA-13" edge="1">
+             <mxGeometry x="0.6766" width="240" relative="1" as="geometry">
              <mxPoint as="offset" />
              <Array as="points">
                <mxPoint x="1280" y="180" />
                <mxPoint x="1280" y="460" />
              </Array>
              <mxPoint x="1500" y="405" as="sourcePoint" />
              <mxPoint x="1300" y="330" as="targetPoint" />
            </mxGeometry>
          </mxCell>
        </object>
        <object placeholders="1" c4Name="Schema Registry" c4Type="Container" c4Technology="e.g. Oracle Database 12" c4Description="Description of storage type container role/responsibility." label="&lt;font style=&quot;font-size: 16px&quot;&gt;&lt;b&gt;%c4Name%&lt;/b&gt;&lt;/font&gt;&lt;div&gt;[%c4Type%:&amp;nbsp;%c4Technology%]&lt;/div&gt;&lt;br&gt;&lt;div&gt;&lt;font style=&quot;font-size: 11px&quot;&gt;&lt;font color=&quot;#E6E6E6&quot;&gt;%c4Description%&lt;/font&gt;&lt;/div&gt;" id="YUBG_ScQKk8kKRWVHSfA-23">
-           <mxCell parent="1" style="shape=cylinder3;size=15;whiteSpace=wrap;html=1;boundedLbl=1;rounded=0;labelBackgroundColor=none;fillColor=#23A2D9;fontSize=12;fontColor=#ffffff;align=center;strokeColor=#0E7DAD;metaEdit=1;points=[[0.5,0,0],[1,0.25,0],[1,0.5,0],[1,0.75,0],[0.5,1,0],[0,0.75,0],[0,0.5,0],[0,0.25,0]];resizable=0;" vertex="1">
-             <mxGeometry height="120" width="240" x="900" y="810" as="geometry" />
+           <mxCell style="shape=cylinder3;size=15;whiteSpace=wrap;html=1;boundedLbl=1;rounded=0;labelBackgroundColor=none;fillColor=#23A2D9;fontSize=12;fontColor=#ffffff;align=center;strokeColor=#0E7DAD;metaEdit=1;points=[[0.5,0,0],[1,0.25,0],[1,0.5,0],[1,0.75,0],[0.5,1,0],[0,0.75,0],[0,0.5,0],[0,0.25,0]];resizable=0;" parent="1" vertex="1">
+             <mxGeometry x="900" y="810" width="240" height="120" as="geometry" />
          </mxCell>
        </object>
        <object placeholders="1" c4Type="Relationship" c4Description="Валидирует схему" label="&lt;div style=&quot;text-align: left&quot;&gt;&lt;div style=&quot;text-align: center&quot;&gt;&lt;b&gt;%c4Description%&lt;/b&gt;&lt;/div&gt;" id="YUBG_ScQKk8kKRWVHSfA-24">
-           <mxCell edge="1" parent="1" source="YUBG_ScQKk8kKRWVHSfA-6" style="endArrow=blockThin;html=1;fontSize=10;fontColor=#404040;strokeWidth=1;endFill=1;strokeColor=#828282;elbow=vertical;metaEdit=1;endSize=14;startSize=14;jumpStyle=arc;jumpSize=16;rounded=0;edgeStyle=orthogonalEdgeStyle;" target="YUBG_ScQKk8kKRWVHSfA-23">
-             <mxGeometry relative="1" width="240" x="0.3118" as="geometry">
+           <mxCell style="endArrow=blockThin;html=1;fontSize=10;fontColor=#404040;strokeWidth=1;endFill=1;strokeColor=#828282;elbow=vertical;metaEdit=1;endSize=14;startSize=14;jumpStyle=arc;jumpSize=16;rounded=0;edgeStyle=orthogonalEdgeStyle;" parent="1" source="YUBG_ScQKk8kKRWVHSfA-6" target="YUBG_ScQKk8kKRWVHSfA-23" edge="1">
+             <mxGeometry x="0.3118" width="240" relative="1" as="geometry">
              <mxPoint x="1" as="offset" />
              <Array as="points">
                <mxPoint x="660" y="870" />
              </Array>
              <mxPoint x="1010" y="70" as="sourcePoint" />
              <mxPoint x="1470" y="-50" as="targetPoint" />
            </mxGeometry>
          </mxCell>
        </object>
        <object placeholders="1" c4Type="Relationship" c4Description="Валидирует схему" label="&lt;div style=&quot;text-align: left&quot;&gt;&lt;div style=&quot;text-align: center&quot;&gt;&lt;b&gt;%c4Description%&lt;/b&gt;&lt;/div&gt;" id="YUBG_ScQKk8kKRWVHSfA-25">
-           <mxCell edge="1" parent="1" source="YUBG_ScQKk8kKRWVHSfA-10" style="endArrow=blockThin;html=1;fontSize=10;fontColor=#404040;strokeWidth=1;endFill=1;strokeColor=#828282;elbow=vertical;metaEdit=1;endSize=14;startSize=14;jumpStyle=arc;jumpSize=16;rounded=0;edgeStyle=orthogonalEdgeStyle;" target="YUBG_ScQKk8kKRWVHSfA-23">
-             <mxGeometry relative="1" width="240" x="0.453" as="geometry">
+           <mxCell style="endArrow=blockThin;html=1;fontSize=10;fontColor=#404040;strokeWidth=1;endFill=1;strokeColor=#828282;elbow=vertical;metaEdit=1;endSize=14;startSize=14;jumpStyle=arc;jumpSize=16;rounded=0;edgeStyle=orthogonalEdgeStyle;" parent="1" source="YUBG_ScQKk8kKRWVHSfA-10" target="YUBG_ScQKk8kKRWVHSfA-23" edge="1">
+             <mxGeometry x="0.453" width="240" relative="1" as="geometry">
              <mxPoint x="1" as="offset" />
              <Array as="points">
                <mxPoint x="1425" y="870" />
              </Array>
              <mxPoint x="1170" y="300" as="sourcePoint" />
              <mxPoint x="1880" y="60" as="targetPoint" />
+             </mxGeometry>
+           </mxCell>
+         </object>
+         <object placeholders="1" c4Type="Relationship" c4Description="Валидирует схему" label="&lt;div style=&quot;text-align: left&quot;&gt;&lt;div style=&quot;text-align: center&quot;&gt;&lt;b&gt;%c4Description%&lt;/b&gt;&lt;/div&gt;" id="2">
+           <mxCell style="endArrow=blockThin;html=1;fontSize=10;fontColor=#404040;strokeWidth=1;endFill=1;strokeColor=#828282;elbow=vertical;metaEdit=1;endSize=14;startSize=14;jumpStyle=arc;jumpSize=16;rounded=0;edgeStyle=orthogonalEdgeStyle;" edge="1" parent="1" source="YUBG_ScQKk8kKRWVHSfA-8" target="YUBG_ScQKk8kKRWVHSfA-23">
+             <mxGeometry x="0.453" width="240" relative="1" as="geometry">
+               <mxPoint x="1" as="offset" />
+               <Array as="points">
+                 <mxPoint x="1620" y="175" />
+                 <mxPoint x="1620" y="880" />
+               </Array>
+               <mxPoint x="1435" y="580" as="sourcePoint" />
+               <mxPoint x="1150" y="880" as="targetPoint" />
            </mxGeometry>
          </mxCell>
        </object>
      </root>
    </mxGraphModel>
  </diagram>
</mxfile>
